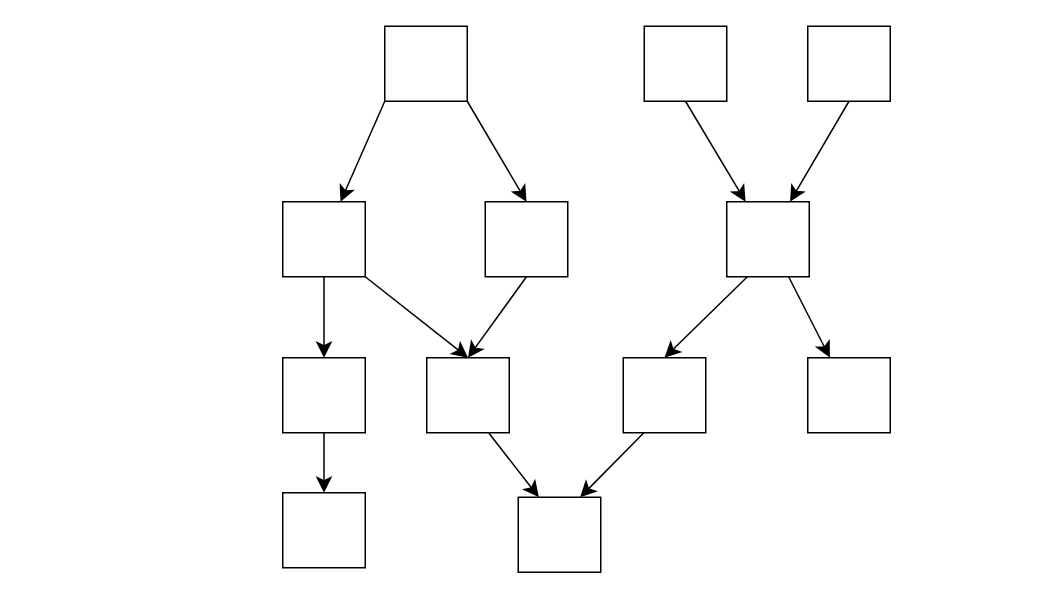
Above: 函数调用图.drawio in plotusim/home- (draw.io), before the change. Source tidied: cells renumbered, new cells numbered last; positions are measured from the earlier drawing's top-left corner, leaving out a move shared by most shapes. Both pictures are drawn from the tidied source at 150%, with x=0, y=0 at pixel (282, 26).
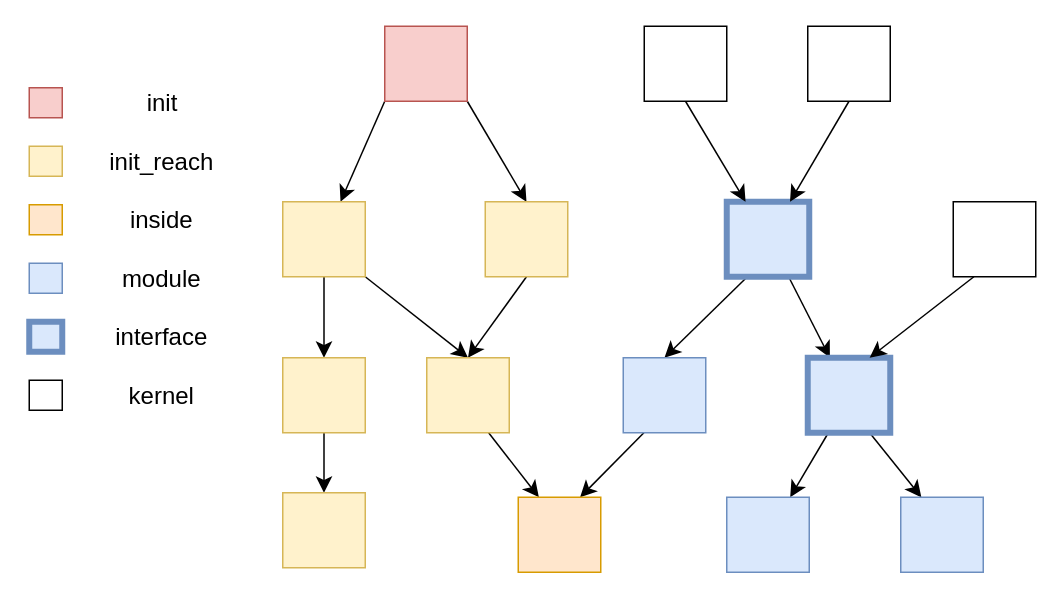
The same diagram, later.

Commit message (it also covers changes not shown here):
更新函数调用图.drawio

The edit, as a diff of the source:
```diff
@@
-    <mxCell id="4" style="rounded=0;whiteSpace=wrap;html=1;fontSize=16;" parent="1" vertex="1">
+    <mxCell id="4" style="rounded=0;whiteSpace=wrap;html=1;fontSize=16;fillColor=#f8cecc;strokeColor=#b85450;" parent="1" vertex="1">
       <mxGeometry x="68" width="55" height="50" as="geometry" />
     </mxCell>
@@
-    <mxCell id="7" style="rounded=0;whiteSpace=wrap;html=1;fontSize=16;" parent="1" vertex="1">
+    <mxCell id="7" style="rounded=0;whiteSpace=wrap;html=1;fontSize=16;fillColor=#fff2cc;strokeColor=#d6b656;" parent="1" vertex="1">
       <mxGeometry y="117" width="55" height="50" as="geometry" />
     </mxCell>
@@
-    <mxCell id="9" style="rounded=0;whiteSpace=wrap;html=1;fontSize=16;" parent="1" vertex="1">
+    <mxCell id="9" style="rounded=0;whiteSpace=wrap;html=1;fontSize=16;fillColor=#fff2cc;strokeColor=#d6b656;" parent="1" vertex="1">
       <mxGeometry x="135" y="117" width="55" height="50" as="geometry" />
     </mxCell>
@@
-    <mxCell id="12" style="rounded=0;whiteSpace=wrap;html=1;fontSize=16;" parent="1" vertex="1">
+    <mxCell id="12" style="rounded=0;whiteSpace=wrap;html=1;fontSize=16;fillColor=#dae8fc;strokeColor=#6c8ebf;strokeWidth=4;" parent="1" vertex="1">
       <mxGeometry x="296" y="117" width="55" height="50" as="geometry" />
     </mxCell>
@@
-    <mxCell id="14" style="rounded=0;whiteSpace=wrap;html=1;fontSize=16;" parent="1" vertex="1">
+    <mxCell id="14" style="rounded=0;whiteSpace=wrap;html=1;fontSize=16;fillColor=#fff2cc;strokeColor=#d6b656;" parent="1" vertex="1">
       <mxGeometry y="221" width="55" height="50" as="geometry" />
     </mxCell>
@@
-    <mxCell id="16" style="rounded=0;whiteSpace=wrap;html=1;fontSize=16;" parent="1" vertex="1">
+    <mxCell id="16" style="rounded=0;whiteSpace=wrap;html=1;fontSize=16;fillColor=#fff2cc;strokeColor=#d6b656;" parent="1" vertex="1">
       <mxGeometry x="96" y="221" width="55" height="50" as="geometry" />
     </mxCell>
-    <mxCell id="17" style="rounded=0;whiteSpace=wrap;html=1;fontSize=16;" parent="1" vertex="1">
+    <mxCell id="17" style="rounded=0;whiteSpace=wrap;html=1;fontSize=16;fillColor=#fff2cc;strokeColor=#d6b656;" parent="1" vertex="1">
       <mxGeometry y="311" width="55" height="50" as="geometry" />
     </mxCell>
@@
-    <mxCell id="23" style="rounded=0;whiteSpace=wrap;html=1;fontSize=16;" parent="1" vertex="1">
+    <mxCell id="23" style="rounded=0;whiteSpace=wrap;html=1;fontSize=16;fillColor=#dae8fc;strokeColor=#6c8ebf;" parent="1" vertex="1">
       <mxGeometry x="227" y="221" width="55" height="50" as="geometry" />
     </mxCell>
-    <mxCell id="24" style="rounded=0;whiteSpace=wrap;html=1;fontSize=16;" parent="1" vertex="1">
+    <mxCell id="24" style="rounded=0;whiteSpace=wrap;html=1;fontSize=16;fillColor=#ffe6cc;strokeColor=#d79b00;" parent="1" vertex="1">
       <mxGeometry x="157" y="314" width="55" height="50" as="geometry" />
     </mxCell>
+    <mxCell id="26" style="edgeStyle=none;curved=1;rounded=0;jettySize=auto;html=1;exitX=0.25;exitY=1;exitDx=0;exitDy=0;fontSize=12;startSize=8;endSize=8;" parent="1" edge="1" source="25" target="28">
+      <mxGeometry relative="1" as="geometry" />
+    </mxCell>
+    <mxCell id="27" style="edgeStyle=none;curved=1;rounded=0;jettySize=auto;html=1;exitX=0.75;exitY=1;exitDx=0;exitDy=0;entryX=0.25;entryY=0;entryDx=0;entryDy=0;fontSize=12;startSize=8;endSize=8;" parent="1" edge="1" source="25" target="29">
+      <mxGeometry relative="1" as="geometry" />
+    </mxCell>
-    <mxCell id="25" style="rounded=0;whiteSpace=wrap;html=1;fontSize=16;" parent="1" vertex="1">
+    <mxCell id="25" style="rounded=0;whiteSpace=wrap;html=1;fontSize=16;fillColor=#dae8fc;strokeColor=#6c8ebf;strokeWidth=4;" parent="1" vertex="1">
       <mxGeometry x="350" y="221" width="55" height="50" as="geometry" />
     </mxCell>
+    <mxCell id="28" style="rounded=0;whiteSpace=wrap;html=1;fontSize=16;fillColor=#dae8fc;strokeColor=#6c8ebf;" parent="1" vertex="1">
+      <mxGeometry x="296" y="314" width="55" height="50" as="geometry" />
+    </mxCell>
+    <mxCell id="29" style="rounded=0;whiteSpace=wrap;html=1;fontSize=16;fillColor=#dae8fc;strokeColor=#6c8ebf;" parent="1" vertex="1">
+      <mxGeometry x="412" y="314" width="55" height="50" as="geometry" />
+    </mxCell>
+    <mxCell id="30" style="edgeStyle=none;curved=1;rounded=0;jettySize=auto;html=1;exitX=0.25;exitY=1;exitDx=0;exitDy=0;entryX=0.75;entryY=0;entryDx=0;entryDy=0;fontSize=12;startSize=8;endSize=8;" parent="1" edge="1" source="31" target="25">
+      <mxGeometry relative="1" as="geometry" />
+    </mxCell>
+    <mxCell id="31" style="rounded=0;whiteSpace=wrap;html=1;fontSize=16;" parent="1" vertex="1">
+      <mxGeometry x="447" y="117" width="55" height="50" as="geometry" />
+    </mxCell>
+    <mxCell id="32" style="rounded=0;whiteSpace=wrap;html=1;fontSize=16;fillColor=#f8cecc;strokeColor=#b85450;" parent="1" vertex="1">
+      <mxGeometry x="-169" y="41" width="22" height="20" as="geometry" />
+    </mxCell>
+    <mxCell id="33" style="rounded=0;whiteSpace=wrap;html=1;fontSize=16;fillColor=#fff2cc;strokeColor=#d6b656;" parent="1" vertex="1">
+      <mxGeometry x="-169" y="80" width="22" height="20" as="geometry" />
+    </mxCell>
+    <mxCell id="34" style="rounded=0;whiteSpace=wrap;html=1;fontSize=16;fillColor=#ffe6cc;strokeColor=#d79b00;" parent="1" vertex="1">
+      <mxGeometry x="-169" y="119" width="22" height="20" as="geometry" />
+    </mxCell>
+    <mxCell id="35" style="rounded=0;whiteSpace=wrap;html=1;fontSize=16;fillColor=#dae8fc;strokeColor=#6c8ebf;" parent="1" vertex="1">
+      <mxGeometry x="-169" y="158" width="22" height="20" as="geometry" />
+    </mxCell>
+    <mxCell id="36" style="rounded=0;whiteSpace=wrap;html=1;fontSize=16;fillColor=#dae8fc;strokeColor=#6c8ebf;strokeWidth=4;" parent="1" vertex="1">
+      <mxGeometry x="-169" y="197" width="22" height="20" as="geometry" />
+    </mxCell>
+    <mxCell id="37" style="rounded=0;whiteSpace=wrap;html=1;fontSize=16;" parent="1" vertex="1">
+      <mxGeometry x="-169" y="236" width="22" height="20" as="geometry" />
+    </mxCell>
+    <mxCell id="38" value="init_reach" style="text;strokeColor=none;fillColor=none;html=1;align=center;verticalAlign=middle;whiteSpace=wrap;rounded=0;fontSize=16;" parent="1" vertex="1">
+      <mxGeometry x="-120" y="75" width="79" height="30" as="geometry" />
+    </mxCell>
+    <mxCell id="39" value="init" style="text;strokeColor=none;fillColor=none;html=1;align=center;verticalAlign=middle;whiteSpace=wrap;rounded=0;fontSize=16;" parent="1" vertex="1">
+      <mxGeometry x="-110.5" y="36" width="60" height="30" as="geometry" />
+    </mxCell>
+    <mxCell id="40" value="inside" style="text;strokeColor=none;fillColor=none;html=1;align=center;verticalAlign=middle;whiteSpace=wrap;rounded=0;fontSize=16;" parent="1" vertex="1">
+      <mxGeometry x="-120" y="114" width="79" height="30" as="geometry" />
+    </mxCell>
+    <mxCell id="41" value="module" style="text;strokeColor=none;fillColor=none;html=1;align=center;verticalAlign=middle;whiteSpace=wrap;rounded=0;fontSize=16;" parent="1" vertex="1">
+      <mxGeometry x="-120" y="153" width="79" height="30" as="geometry" />
+    </mxCell>
+    <mxCell id="42" value="interface" style="text;strokeColor=none;fillColor=none;html=1;align=center;verticalAlign=middle;whiteSpace=wrap;rounded=0;fontSize=16;" parent="1" vertex="1">
+      <mxGeometry x="-120" y="192" width="79" height="30" as="geometry" />
+    </mxCell>
+    <mxCell id="43" value="kernel" style="text;strokeColor=none;fillColor=none;html=1;align=center;verticalAlign=middle;whiteSpace=wrap;rounded=0;fontSize=16;" parent="1" vertex="1">
+      <mxGeometry x="-120" y="231" width="79" height="30" as="geometry" />
+    </mxCell>
```
